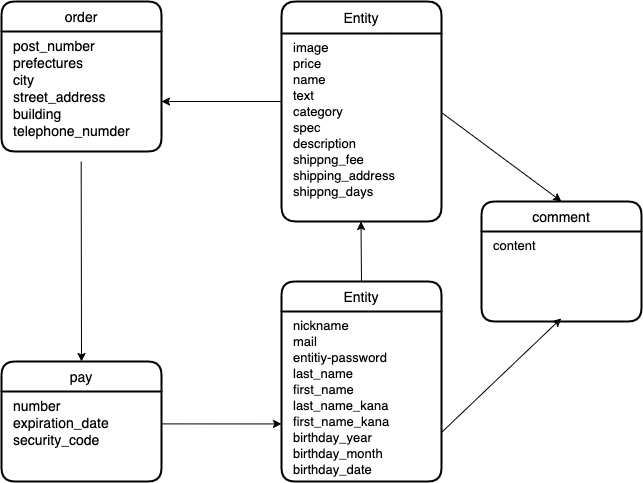
Before: app/assets/config/furima.png, a diagram exported from draw.io (otak0574/furima-37001). Source tidied: cells renumbered, new cells last; positions are measured from the earlier drawing's top-left corner, leaving out a move shared by most shapes. Source of this version:
```xml
<mxGraphModel>
  <root>
    <mxCell id="0" />
    <mxCell id="1" parent="0" />
    <mxCell id="2" style="edgeStyle=none;html=1;exitX=0.5;exitY=0;exitDx=0;exitDy=0;" parent="1" edge="1" source="12">
      <mxGeometry relative="1" as="geometry">
        <mxPoint x="359.5" y="220" as="targetPoint" />
      </mxGeometry>
    </mxCell>
    <mxCell id="3" style="edgeStyle=none;html=1;exitX=1;exitY=0.5;exitDx=0;exitDy=0;entryX=0.498;entryY=1.03;entryDx=0;entryDy=0;entryPerimeter=0;" parent="1" edge="1">
      <mxGeometry relative="1" as="geometry">
        <mxPoint x="440" y="431" as="sourcePoint" />
        <mxPoint x="559.7" y="316.9" as="targetPoint" />
      </mxGeometry>
    </mxCell>
    <mxCell id="4" style="edgeStyle=none;html=1;exitX=1;exitY=0.36;exitDx=0;exitDy=0;exitPerimeter=0;" parent="1" edge="1">
      <mxGeometry relative="1" as="geometry">
        <mxPoint x="160" y="422.4" as="sourcePoint" />
        <mxPoint x="280" y="422.4" as="targetPoint" />
      </mxGeometry>
    </mxCell>
    <mxCell id="5" style="edgeStyle=none;html=1;exitX=0;exitY=0.5;exitDx=0;exitDy=0;entryX=1;entryY=0.5;entryDx=0;entryDy=0;" parent="1" edge="1">
      <mxGeometry relative="1" as="geometry">
        <mxPoint x="280" y="100" as="sourcePoint" />
        <mxPoint x="160" y="100" as="targetPoint" />
      </mxGeometry>
    </mxCell>
    <mxCell id="6" style="edgeStyle=none;html=1;entryX=0.5;entryY=0;entryDx=0;entryDy=0;exitX=0.498;exitY=1.135;exitDx=0;exitDy=0;exitPerimeter=0;" parent="1" edge="1">
      <mxGeometry relative="1" as="geometry">
        <mxPoint x="79.7" y="160" as="sourcePoint" />
        <mxPoint x="80" y="360" as="targetPoint" />
      </mxGeometry>
    </mxCell>
    <mxCell id="7" style="edgeStyle=none;html=1;entryX=0.5;entryY=0;entryDx=0;entryDy=0;exitX=1;exitY=0.5;exitDx=0;exitDy=0;" parent="1" edge="1">
      <mxGeometry relative="1" as="geometry">
        <mxPoint x="440" y="111" as="sourcePoint" />
        <mxPoint x="560" y="200" as="targetPoint" />
      </mxGeometry>
    </mxCell>
    <mxCell id="8" value="Entity" style="swimlane;horizontal=1;startSize=32;rounded=1;fontSize=14;fontStyle=0;strokeWidth=2;shadow=0;dashed=0;align=center;" parent="1" vertex="1">
      <mxGeometry x="280" width="160" height="220" as="geometry" />
    </mxCell>
    <mxCell id="9" value="image&#10;price&#10;name&#10;text&#10;category&#10;spec&#10;description&#10;shippng_fee&#10;shipping_address&#10;shippng_days" style="align=left;strokeColor=none;fillColor=none;spacingLeft=10;fontSize=13;verticalAlign=top;" parent="8" vertex="1">
      <mxGeometry y="32" width="160" height="188" as="geometry" />
    </mxCell>
    <mxCell id="10" value="pay" style="swimlane;horizontal=1;startSize=30;rounded=1;fontSize=14;fontStyle=0;strokeWidth=2;shadow=0;dashed=0;align=center;" parent="1" vertex="1">
      <mxGeometry y="360" width="160" height="120" as="geometry" />
    </mxCell>
    <mxCell id="11" value="number&#10;expiration_date&#10;security_code" style="align=left;strokeColor=none;fillColor=none;spacingLeft=10;fontSize=14;verticalAlign=top;" parent="10" vertex="1">
      <mxGeometry y="30" width="160" height="90" as="geometry" />
    </mxCell>
    <mxCell id="12" value="Entity" style="swimlane;horizontal=1;startSize=30;rounded=1;fontSize=14;fontStyle=0;strokeWidth=2;shadow=0;dashed=0;align=center;" parent="1" vertex="1">
      <mxGeometry x="280" y="280" width="160" height="200" as="geometry" />
    </mxCell>
    <mxCell id="13" value="nickname&#10;mail&#10;entitiy-password&#10;last_name&#10;first_name&#10;last_name_kana&#10;first_name_kana&#10;birthday_year&#10;birthday_month&#10;birthday_date" style="align=left;strokeColor=none;fillColor=none;spacingLeft=10;fontSize=13;verticalAlign=top;" parent="12" vertex="1">
      <mxGeometry y="30" width="160" height="170" as="geometry" />
    </mxCell>
    <mxCell id="14" value="comment" style="swimlane;horizontal=1;startSize=30;rounded=1;fontSize=14;fontStyle=0;strokeWidth=2;shadow=0;dashed=0;align=center;" parent="1" vertex="1">
      <mxGeometry x="480" y="200" width="160" height="120" as="geometry" />
    </mxCell>
    <mxCell id="15" value="content" style="align=left;strokeColor=none;fillColor=none;spacingLeft=10;fontSize=13;verticalAlign=top;" parent="14" vertex="1">
      <mxGeometry y="30" width="160" height="90" as="geometry" />
    </mxCell>
    <mxCell id="16" value="order" style="swimlane;horizontal=1;startSize=30;rounded=1;fontSize=14;fontStyle=0;strokeWidth=2;shadow=0;dashed=0;align=center;" parent="1" vertex="1">
      <mxGeometry width="160" height="150" as="geometry" />
    </mxCell>
    <mxCell id="17" value="post_number&#10;prefectures&#10;city&#10;street_address&#10;building&#10;telephone_numder" style="align=left;strokeColor=none;fillColor=none;spacingLeft=10;fontSize=14;verticalAlign=top;" parent="16" vertex="1">
      <mxGeometry y="30" width="160" height="120" as="geometry" />
    </mxCell>
  </root>
</mxGraphModel>
```
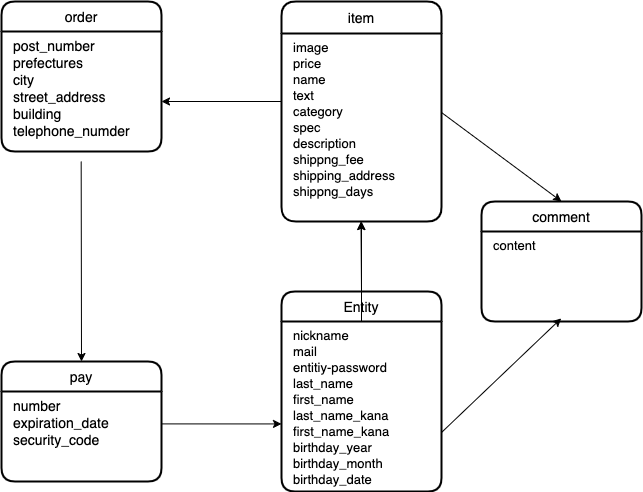
The same file after the commit.

Diff of the diagram source:
```diff
@@ -37,7 +37,7 @@
         <mxPoint x="560" y="200" as="targetPoint" />
       </mxGeometry>
     </mxCell>
-    <mxCell id="8" value="Entity" style="swimlane;horizontal=1;startSize=32;rounded=1;fontSize=14;fontStyle=0;strokeWidth=2;shadow=0;dashed=0;align=center;" parent="1" vertex="1">
+    <mxCell id="8" value="item" style="swimlane;horizontal=1;startSize=32;rounded=1;fontSize=14;fontStyle=0;strokeWidth=2;shadow=0;dashed=0;align=center;" parent="1" vertex="1">
       <mxGeometry x="280" width="160" height="220" as="geometry" />
     </mxCell>
     <mxCell id="9" value="image&#10;price&#10;name&#10;text&#10;category&#10;spec&#10;description&#10;shippng_fee&#10;shipping_address&#10;shippng_days" style="align=left;strokeColor=none;fillColor=none;spacingLeft=10;fontSize=13;verticalAlign=top;" parent="8" vertex="1">
@@ -50,7 +50,7 @@
       <mxGeometry y="30" width="160" height="90" as="geometry" />
     </mxCell>
     <mxCell id="12" value="Entity" style="swimlane;horizontal=1;startSize=30;rounded=1;fontSize=14;fontStyle=0;strokeWidth=2;shadow=0;dashed=0;align=center;" parent="1" vertex="1">
-      <mxGeometry x="280" y="280" width="160" height="200" as="geometry" />
+      <mxGeometry x="280" y="290" width="160" height="200" as="geometry" />
     </mxCell>
     <mxCell id="13" value="nickname&#10;mail&#10;entitiy-password&#10;last_name&#10;first_name&#10;last_name_kana&#10;first_name_kana&#10;birthday_year&#10;birthday_month&#10;birthday_date" style="align=left;strokeColor=none;fillColor=none;spacingLeft=10;fontSize=13;verticalAlign=top;" parent="12" vertex="1">
       <mxGeometry y="30" width="160" height="170" as="geometry" />
@@ -67,5 +67,8 @@
     <mxCell id="17" value="post_number&#10;prefectures&#10;city&#10;street_address&#10;building&#10;telephone_numder" style="align=left;strokeColor=none;fillColor=none;spacingLeft=10;fontSize=14;verticalAlign=top;" parent="16" vertex="1">
       <mxGeometry y="30" width="160" height="120" as="geometry" />
     </mxCell>
+    <mxCell id="18" style="edgeStyle=none;html=1;fontSize=14;" parent="1" edge="1" source="13" target="9">
+      <mxGeometry relative="1" as="geometry" />
+    </mxCell>
   </root>
 </mxGraphModel>
```
